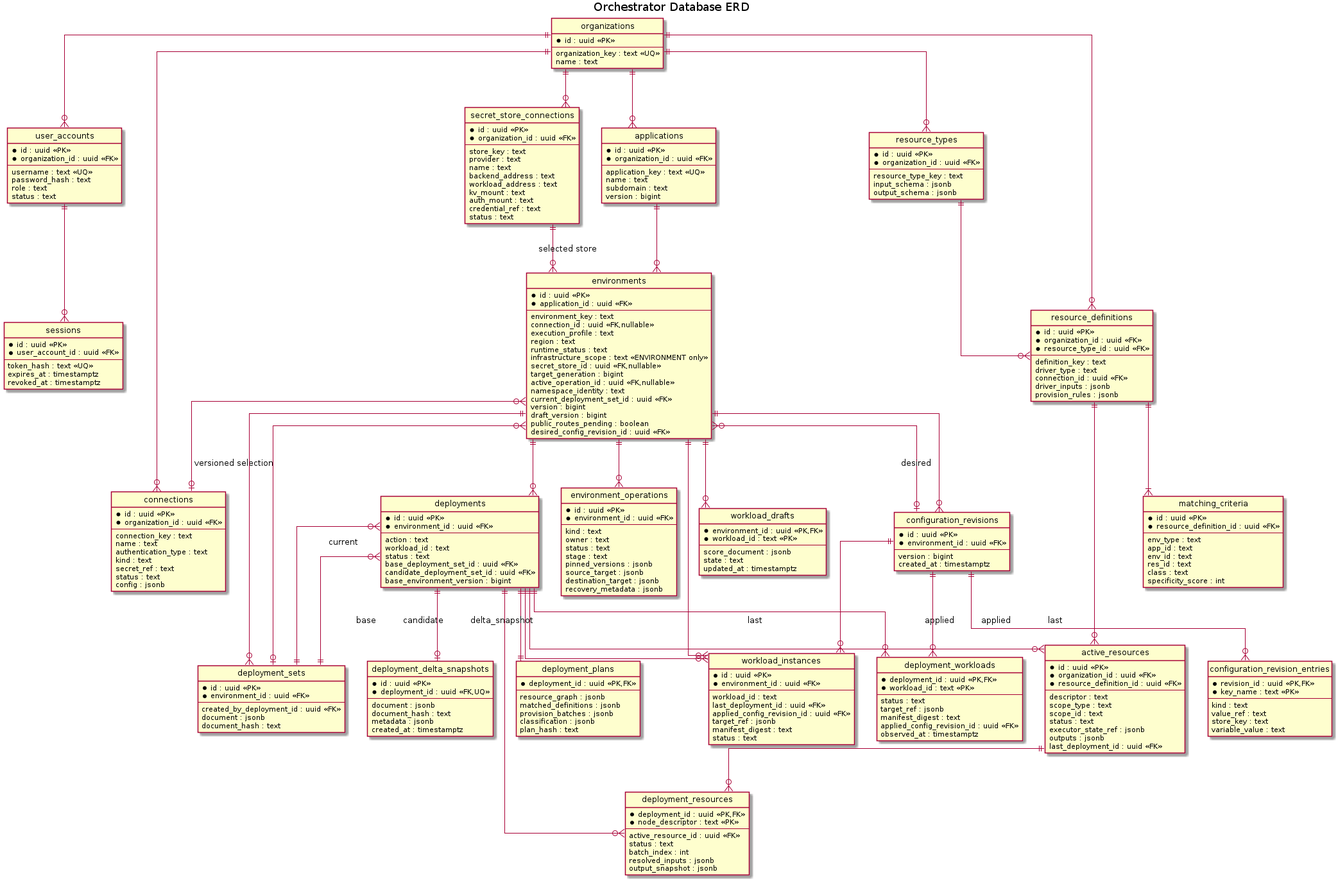
This is orchestrator_docs/architecture/database/erd.png from pr3s3nt/poc, a PlantUML export, as it was before one commit. Its source is kept beside it as orchestrator_docs/architecture/database/erd.puml.
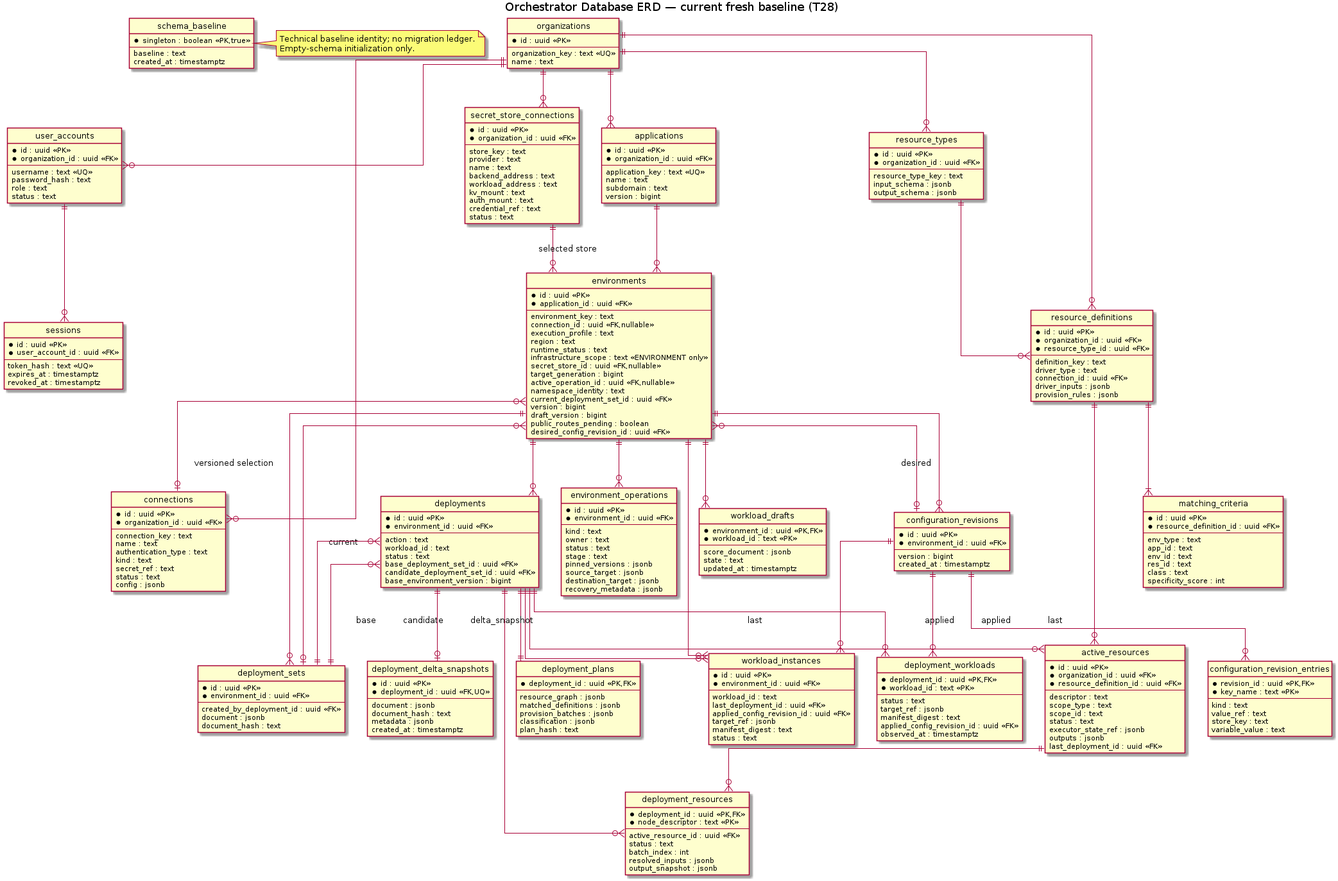
The same file after the commit.

Change to the diagram source:
```diff
@@ -1,7 +1,18 @@
 @startuml
-title Orchestrator Database ERD
+title Orchestrator Database ERD — current fresh baseline (T28)
 hide circle
 skinparam linetype ortho
+
+entity schema_baseline {
+  * singleton : boolean <<PK,true>>
+  --
+  baseline : text
+  created_at : timestamptz
+}
+note right of schema_baseline
+  Technical baseline identity; no migration ledger.
+  Empty-schema initialization only.
+end note
 
 entity organizations {
   * id : uuid <<PK>>
```
